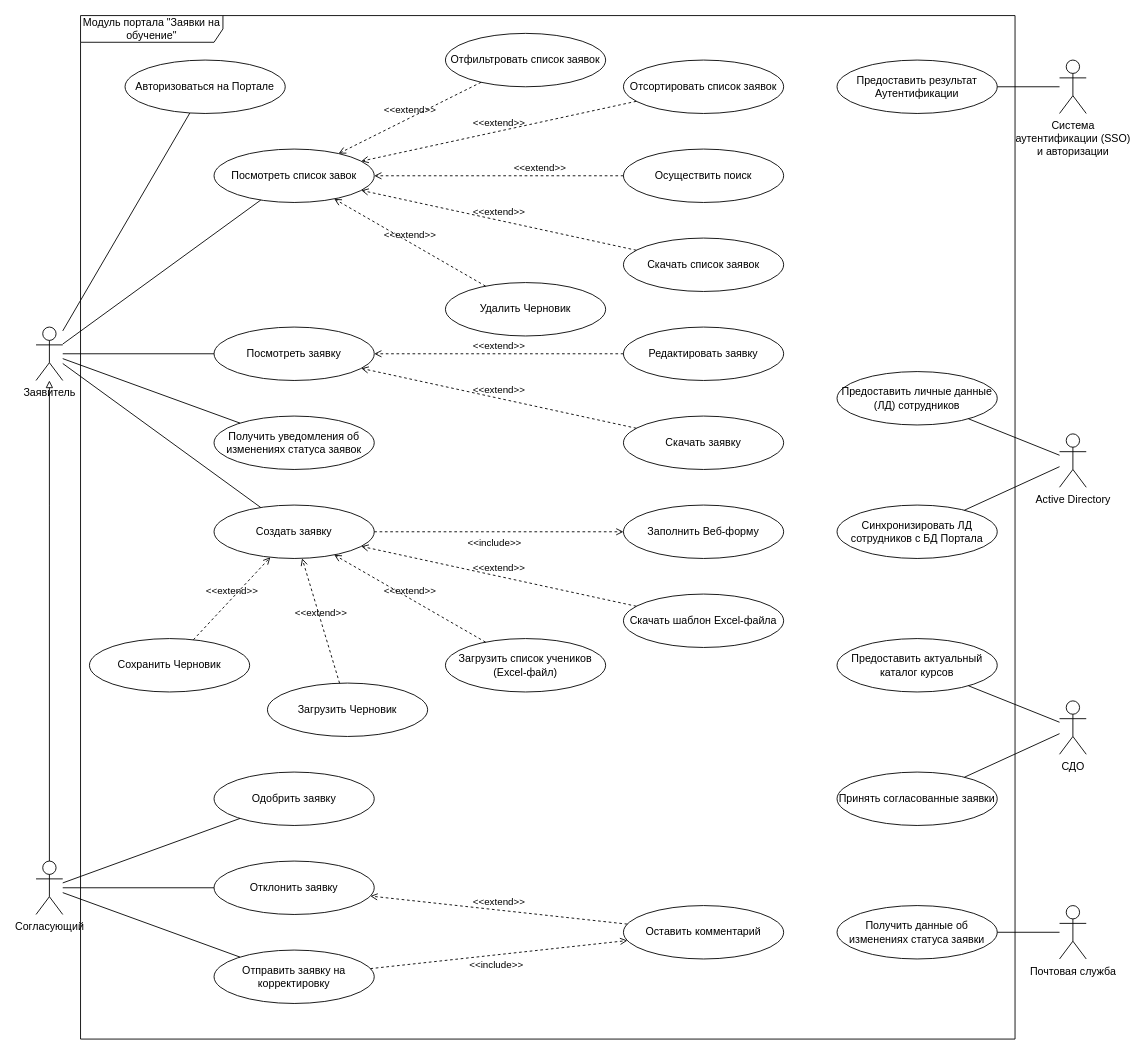
Before: source/uml_use_case/use_case_diagram.drawio in TrofimovMax/Information-Security-System, a draw.io diagram. Source tidied: cells renumbered, new cells numbered last; positions are measured from the earlier drawing's top-left corner, leaving out a move shared by most shapes. Both pictures are drawn from the tidied source at 89%, with x=0, y=0 at pixel (36, 15).
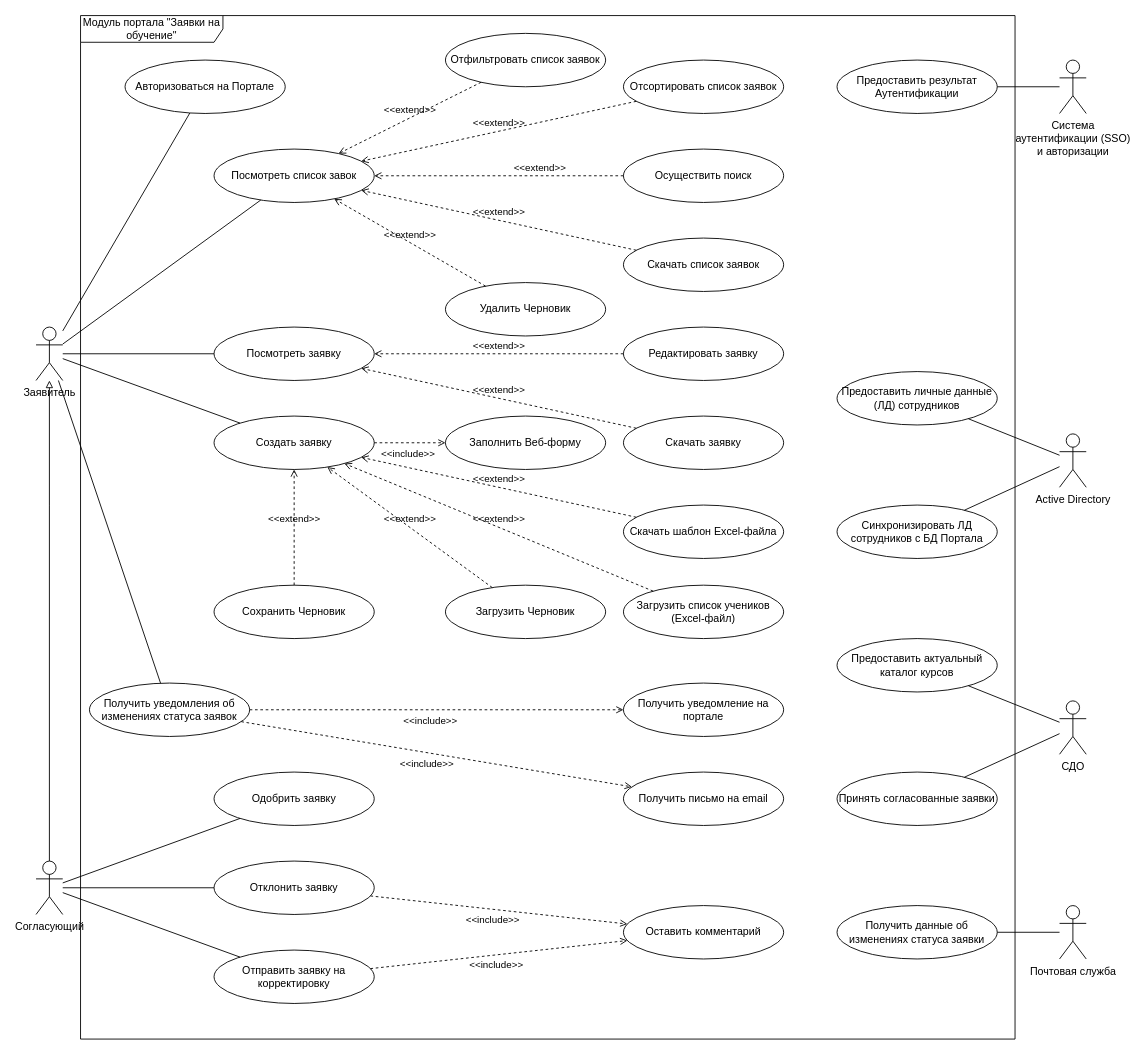
The same page after the edit.

Unchanged cells that the change refers to:
```xml
<mxCell id="4" value="&lt;span style=&quot;font-family: Helvetica; font-size: 12px; font-style: normal; font-variant-ligatures: normal; font-variant-caps: normal; font-weight: 400; letter-spacing: normal; orphans: 2; text-align: center; text-indent: 0px; text-transform: none; widows: 2; word-spacing: 0px; -webkit-text-stroke-width: 0px; white-space: normal; text-decoration-thickness: initial; text-decoration-style: initial; text-decoration-color: initial; float: none; display: inline !important;&quot;&gt;&lt;font style=&quot;color: rgb(0, 0, 0);&quot;&gt;Модуль портала &quot;Заявки на обучение&quot;&lt;/font&gt;&lt;/span&gt;" style="shape=umlFrame;whiteSpace=wrap;html=1;width=160;" parent="1" vertex="1">
  <mxGeometry x="50" width="1050" height="1150" as="geometry" />
</mxCell>
<mxCell id="12" value="&lt;p&gt;&lt;/p&gt;&lt;p&gt;Отклонить заявку&lt;/p&gt;" style="ellipse;whiteSpace=wrap;html=1;" parent="4" vertex="1">
  <mxGeometry x="150" y="950" width="180" height="60" as="geometry" />
</mxCell>
<mxCell id="14" value="&lt;p&gt;&lt;/p&gt;&lt;p&gt;Оставить комментарий&lt;/p&gt;" style="ellipse;whiteSpace=wrap;html=1;" parent="4" vertex="1">
  <mxGeometry x="610" y="1000" width="180" height="60" as="geometry" />
</mxCell>
```

What changed in the source:
```diff
@@
     <mxCell id="7" value="&lt;p&gt;&lt;/p&gt;&lt;p&gt;Загрузить список учеников (Excel-файл)&lt;/p&gt;" style="ellipse;whiteSpace=wrap;html=1;" parent="4" vertex="1">
-      <mxGeometry x="410" y="700" width="180" height="60" as="geometry" />
+      <mxGeometry x="610" y="640" width="180" height="60" as="geometry" />
     </mxCell>
     <mxCell id="8" value="&lt;p&gt;&lt;/p&gt;&lt;p&gt;Скачать шаблон Excel-файла&lt;/p&gt;" style="ellipse;whiteSpace=wrap;html=1;" parent="4" vertex="1">
-      <mxGeometry x="610" y="650" width="180" height="60" as="geometry" />
+      <mxGeometry x="610" y="550" width="180" height="60" as="geometry" />
     </mxCell>
     <mxCell id="9" value="&lt;p&gt;&lt;/p&gt;&lt;p&gt;Получить уведомления об изменениях статуса заявок&lt;/p&gt;" style="ellipse;whiteSpace=wrap;html=1;" parent="4" vertex="1">
-      <mxGeometry x="150" y="450" width="180" height="60" as="geometry" />
+      <mxGeometry x="10" y="750" width="180" height="60" as="geometry" />
     </mxCell>
@@
-    <mxCell id="15" value="&amp;lt;&amp;lt;extend&amp;gt;&amp;gt;" style="html=1;verticalAlign=bottom;labelBackgroundColor=none;endArrow=open;endFill=0;dashed=1;rounded=0;" parent="4" edge="1" source="14" target="12">
-      <mxGeometry relative="1" as="geometry" />
-    </mxCell>
@@
     <mxCell id="28" value="&lt;p&gt;&lt;/p&gt;&lt;p&gt;Создать заявку&lt;/p&gt;" style="ellipse;whiteSpace=wrap;html=1;" parent="4" vertex="1">
-      <mxGeometry x="150" y="550" width="180" height="60" as="geometry" />
+      <mxGeometry x="150" y="450" width="180" height="60" as="geometry" />
     </mxCell>
@@
     <mxCell id="30" value="&lt;p&gt;&lt;/p&gt;&lt;p&gt;Загрузить Черновик&lt;/p&gt;" style="ellipse;whiteSpace=wrap;html=1;" parent="4" vertex="1">
-      <mxGeometry x="210" y="750" width="180" height="60" as="geometry" />
+      <mxGeometry x="410" y="640" width="180" height="60" as="geometry" />
     </mxCell>
@@
     <mxCell id="32" value="&lt;p&gt;&lt;/p&gt;&lt;p&gt;Сохранить Черновик&lt;/p&gt;" style="ellipse;whiteSpace=wrap;html=1;" parent="4" vertex="1">
-      <mxGeometry x="10" y="700" width="180" height="60" as="geometry" />
+      <mxGeometry x="150" y="640" width="180" height="60" as="geometry" />
     </mxCell>
@@
     <mxCell id="34" value="&lt;p&gt;&lt;/p&gt;&lt;p&gt;Заполнить Веб-форму&lt;/p&gt;" style="ellipse;whiteSpace=wrap;html=1;" parent="4" vertex="1">
-      <mxGeometry x="610" y="550" width="180" height="60" as="geometry" />
+      <mxGeometry x="410" y="450" width="180" height="60" as="geometry" />
     </mxCell>
@@
+    <mxCell id="65" value="&amp;lt;&amp;lt;include&amp;gt;&amp;gt;" style="html=1;verticalAlign=bottom;labelBackgroundColor=none;endArrow=open;endFill=0;dashed=1;rounded=0;" parent="4" edge="1" source="12" target="14">
+      <mxGeometry x="-0.03" y="-21" relative="1" as="geometry">
+        <mxPoint x="-1" as="offset" />
+      </mxGeometry>
+    </mxCell>
+    <mxCell id="66" value="&lt;p&gt;&lt;/p&gt;&lt;p&gt;Получить уведомление на портале&lt;/p&gt;" style="ellipse;whiteSpace=wrap;html=1;" parent="4" vertex="1">
+      <mxGeometry x="610" y="750" width="180" height="60" as="geometry" />
+    </mxCell>
+    <mxCell id="67" value="&lt;p&gt;&lt;/p&gt;&lt;p&gt;Получить письмо на email&lt;/p&gt;" style="ellipse;whiteSpace=wrap;html=1;" parent="4" vertex="1">
+      <mxGeometry x="610" y="850" width="180" height="60" as="geometry" />
+    </mxCell>
+    <mxCell id="68" value="&amp;lt;&amp;lt;include&amp;gt;&amp;gt;" style="html=1;verticalAlign=bottom;labelBackgroundColor=none;endArrow=open;endFill=0;dashed=1;rounded=0;" parent="4" edge="1" source="9" target="66">
+      <mxGeometry x="-0.03" y="-21" relative="1" as="geometry">
+        <mxPoint x="-1" as="offset" />
+      </mxGeometry>
+    </mxCell>
+    <mxCell id="69" value="&amp;lt;&amp;lt;include&amp;gt;&amp;gt;" style="html=1;verticalAlign=bottom;labelBackgroundColor=none;endArrow=open;endFill=0;dashed=1;rounded=0;" parent="4" edge="1" source="9" target="67">
+      <mxGeometry x="-0.03" y="-21" relative="1" as="geometry">
+        <mxPoint x="-1" as="offset" />
+      </mxGeometry>
+    </mxCell>
```
